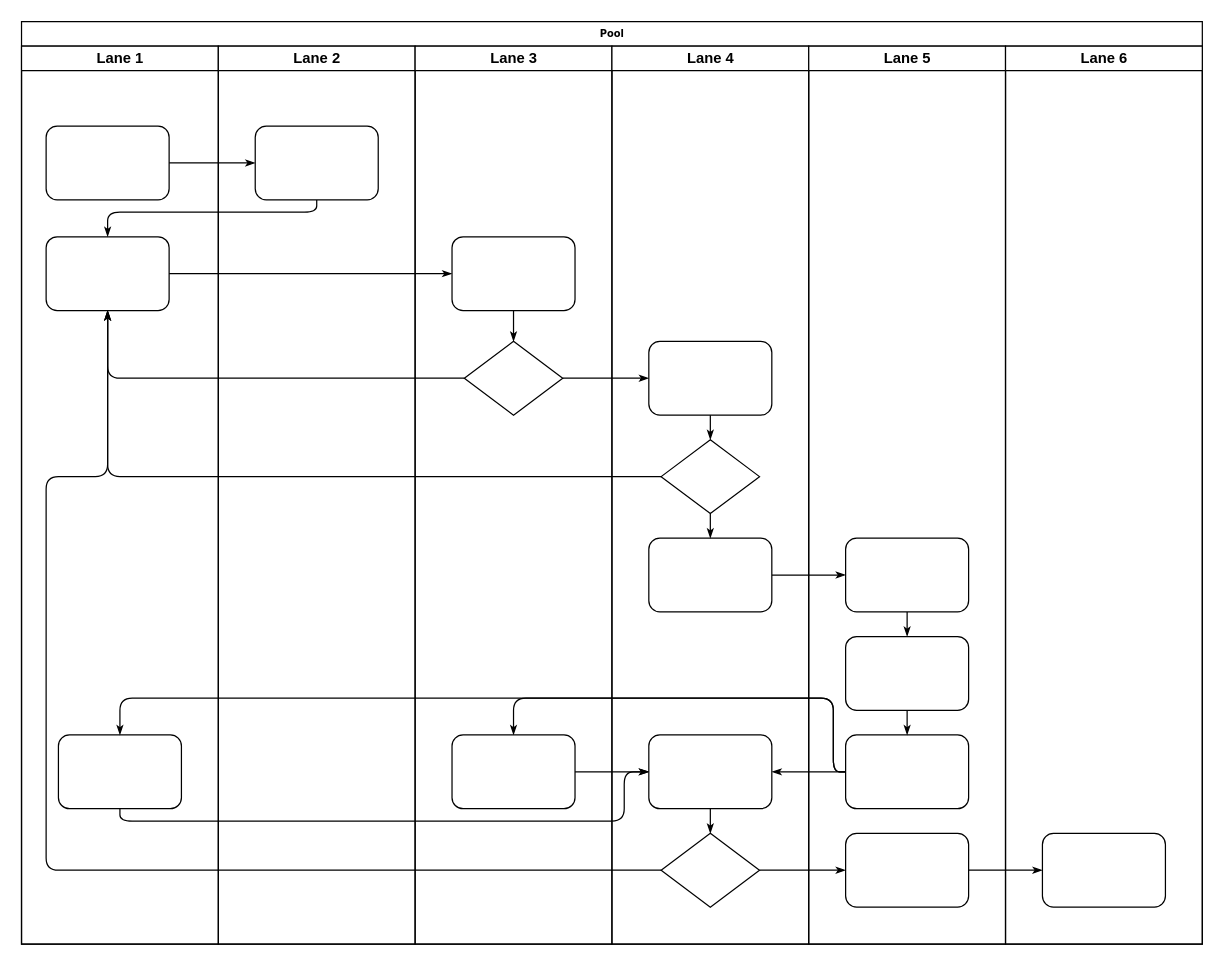
Earlier version of the draw.io diagram 核心侧依赖流程图.drawio (aljg1999/flowchart). Source tidied: cells renumbered, new cells numbered last; positions are measured from the earlier drawing's top-left corner, leaving out a move shared by most shapes. Both pictures are drawn from the tidied source at 123%, with x=0, y=0 at pixel (21, 21).
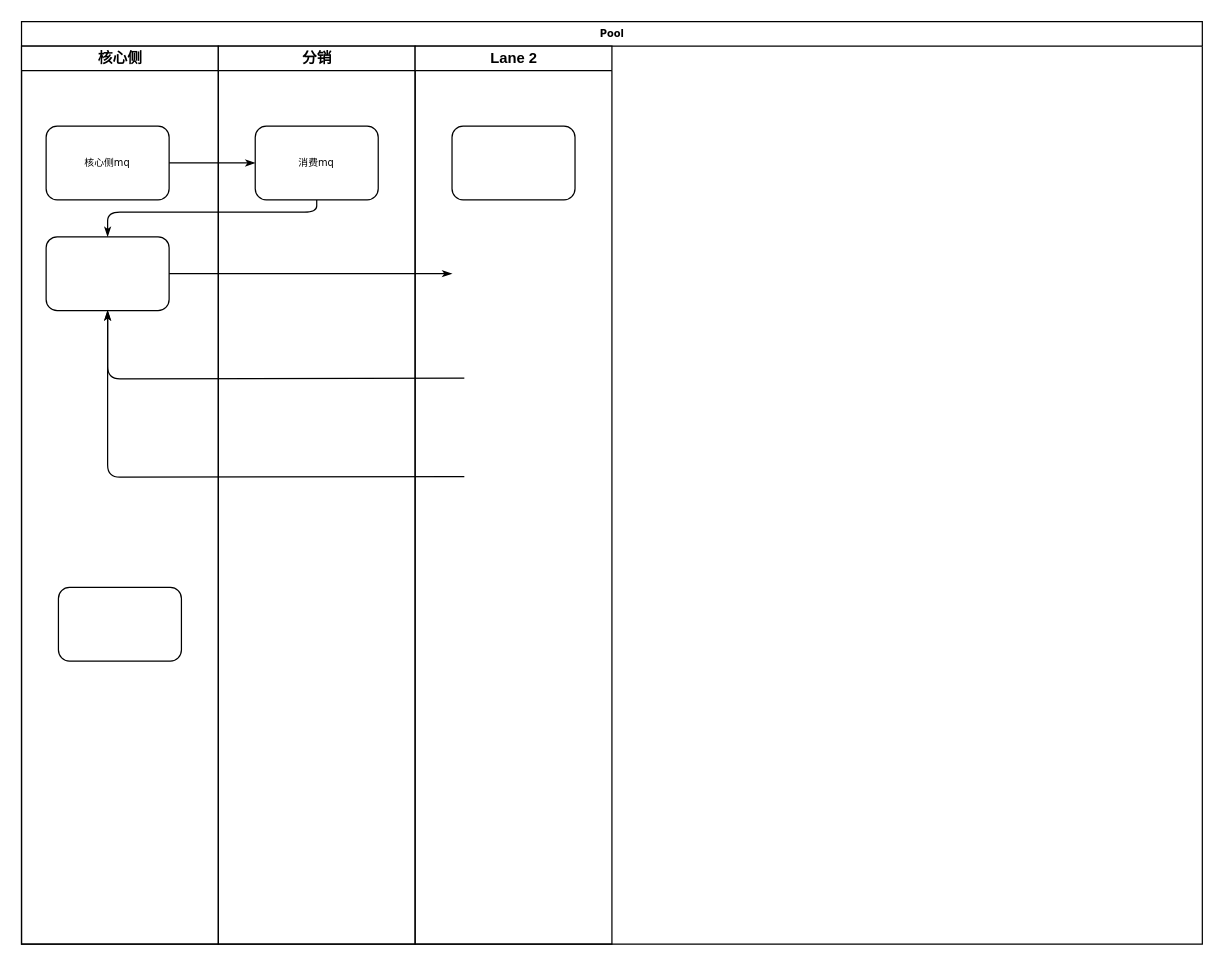
The same diagram, later.

Commit message (it also covers changes not shown here):
Update 核心侧依赖流程图.drawio

Unchanged cells that the change refers to:
```xml
<mxCell id="2" value="Pool" style="swimlane;html=1;startSize=20;rounded=0;shadow=0;labelBackgroundColor=none;strokeWidth=1;fontFamily=Verdana;fontSize=8;align=center;" parent="1" vertex="1">
  <mxGeometry width="960" height="750" as="geometry" />
</mxCell>
<mxCell id="5" style="rounded=1;whiteSpace=wrap;html=1;shadow=0;labelBackgroundColor=none;strokeWidth=1;fontFamily=Verdana;fontSize=8;align=center;" parent="3" vertex="1">
  <mxGeometry x="20" y="155" width="100" height="60" as="geometry" />
</mxCell>
```

Diff of the diagram source:
```diff
@@
-    <mxCell id="3" value="Lane 1" style="swimlane;html=1;startSize=20;" parent="2" vertex="1">
+    <mxCell id="3" value="核心侧" style="swimlane;html=1;startSize=20;" parent="2" vertex="1">
       <mxGeometry y="20" width="160" height="730" as="geometry" />
     </mxCell>
-    <mxCell id="4" style="rounded=1;whiteSpace=wrap;html=1;shadow=0;labelBackgroundColor=none;strokeWidth=1;fontFamily=Verdana;fontSize=8;align=center;" parent="3" vertex="1">
+    <mxCell id="4" value="核心侧mq" style="rounded=1;whiteSpace=wrap;html=1;shadow=0;labelBackgroundColor=none;strokeWidth=1;fontFamily=Verdana;fontSize=8;align=center;" parent="3" vertex="1">
       <mxGeometry x="20" y="65" width="100" height="60" as="geometry" />
     </mxCell>
@@
     <mxCell id="6" style="rounded=1;whiteSpace=wrap;html=1;shadow=0;labelBackgroundColor=none;strokeWidth=1;fontFamily=Verdana;fontSize=8;align=center;" parent="3" vertex="1">
-      <mxGeometry x="30" y="560" width="100" height="60" as="geometry" />
+      <mxGeometry x="30" y="440" width="100" height="60" as="geometry" />
     </mxCell>
@@
-    <mxCell id="9" style="edgeStyle=orthogonalEdgeStyle;rounded=1;html=1;labelBackgroundColor=none;startArrow=none;startFill=0;startSize=5;endArrow=classicThin;endFill=1;endSize=5;jettySize=auto;strokeWidth=1;fontFamily=Verdana;fontSize=8;" parent="2" edge="1" source="5" target="25">
-      <mxGeometry relative="1" as="geometry" />
+    <mxCell id="9" style="edgeStyle=orthogonalEdgeStyle;rounded=1;html=1;labelBackgroundColor=none;startArrow=none;startFill=0;startSize=5;endArrow=classicThin;endFill=1;endSize=5;jettySize=auto;strokeWidth=1;fontFamily=Verdana;fontSize=8;" parent="2" edge="1" source="5">
+      <mxGeometry relative="1" as="geometry">
+        <mxPoint x="350" y="205" as="targetPoint" />
+      </mxGeometry>
     </mxCell>
-    <mxCell id="10" style="edgeStyle=orthogonalEdgeStyle;rounded=1;html=1;labelBackgroundColor=none;startArrow=none;startFill=0;startSize=5;endArrow=classicThin;endFill=1;endSize=5;jettySize=auto;strokeWidth=1;fontFamily=Verdana;fontSize=8;" parent="2" edge="1" source="26" target="5">
-      <mxGeometry relative="1" as="geometry" />
+    <mxCell id="10" style="edgeStyle=orthogonalEdgeStyle;rounded=1;html=1;labelBackgroundColor=none;startArrow=none;startFill=0;startSize=5;endArrow=classicThin;endFill=1;endSize=5;jettySize=auto;strokeWidth=1;fontFamily=Verdana;fontSize=8;" parent="2" edge="1" target="5">
+      <mxGeometry relative="1" as="geometry">
+        <mxPoint x="360" y="290" as="sourcePoint" />
+      </mxGeometry>
     </mxCell>
-    <mxCell id="11" style="edgeStyle=orthogonalEdgeStyle;rounded=1;html=1;labelBackgroundColor=none;startArrow=none;startFill=0;startSize=5;endArrow=classicThin;endFill=1;endSize=5;jettySize=auto;strokeWidth=1;fontFamily=Verdana;fontSize=8;" parent="2" edge="1" source="31" target="5">
-      <mxGeometry relative="1" as="geometry" />
+    <mxCell id="11" style="edgeStyle=orthogonalEdgeStyle;rounded=1;html=1;labelBackgroundColor=none;startArrow=none;startFill=0;startSize=5;endArrow=classicThin;endFill=1;endSize=5;jettySize=auto;strokeWidth=1;fontFamily=Verdana;fontSize=8;" parent="2" edge="1" target="5">
+      <mxGeometry relative="1" as="geometry">
+        <mxPoint x="360" y="370" as="sourcePoint" />
+      </mxGeometry>
     </mxCell>
-    <mxCell id="12" style="edgeStyle=orthogonalEdgeStyle;rounded=1;html=1;labelBackgroundColor=none;startArrow=none;startFill=0;startSize=5;endArrow=classicThin;endFill=1;endSize=5;jettySize=auto;strokeWidth=1;fontFamily=Verdana;fontSize=8;" parent="2" edge="1" source="34" target="5">
-      <mxGeometry relative="1" as="geometry">
-        <Array as="points">
-          <mxPoint x="20" y="690" />
-          <mxPoint x="20" y="370" />
-          <mxPoint x="70" y="370" />
-        </Array>
-      </mxGeometry>
-    </mxCell>
-    <mxCell id="13" style="edgeStyle=orthogonalEdgeStyle;rounded=1;html=1;labelBackgroundColor=none;startArrow=none;startFill=0;startSize=5;endArrow=classicThin;endFill=1;endSize=5;jettySize=auto;strokeWidth=1;fontFamily=Verdana;fontSize=8;" parent="2" edge="1" source="26" target="30">
-      <mxGeometry relative="1" as="geometry" />
-    </mxCell>
-    <mxCell id="14" style="edgeStyle=orthogonalEdgeStyle;rounded=1;html=1;labelBackgroundColor=none;startArrow=none;startFill=0;startSize=5;endArrow=classicThin;endFill=1;endSize=5;jettySize=auto;strokeWidth=1;fontFamily=Verdana;fontSize=8;" parent="2" edge="1" source="34" target="42">
-      <mxGeometry relative="1" as="geometry" />
-    </mxCell>
-    <mxCell id="15" style="edgeStyle=orthogonalEdgeStyle;rounded=1;html=1;labelBackgroundColor=none;startArrow=none;startFill=0;startSize=5;endArrow=classicThin;endFill=1;endSize=5;jettySize=auto;strokeWidth=1;fontFamily=Verdana;fontSize=8;" parent="2" edge="1" source="42" target="46">
-      <mxGeometry relative="1" as="geometry" />
-    </mxCell>
-    <mxCell id="16" style="edgeStyle=orthogonalEdgeStyle;rounded=1;html=1;labelBackgroundColor=none;startArrow=none;startFill=0;startSize=5;endArrow=classicThin;endFill=1;endSize=5;jettySize=auto;strokeWidth=1;fontFamily=Verdana;fontSize=8;" parent="2" edge="1" source="32" target="39">
-      <mxGeometry relative="1" as="geometry" />
-    </mxCell>
-    <mxCell id="17" style="edgeStyle=orthogonalEdgeStyle;rounded=1;html=1;labelBackgroundColor=none;startArrow=none;startFill=0;startSize=5;endArrow=classicThin;endFill=1;endSize=5;jettySize=auto;strokeWidth=1;fontFamily=Verdana;fontSize=8;" parent="2" edge="1" source="41" target="27">
-      <mxGeometry relative="1" as="geometry">
-        <Array as="points">
-          <mxPoint x="660" y="610" />
-          <mxPoint x="660" y="550" />
-          <mxPoint x="400" y="550" />
-        </Array>
-      </mxGeometry>
-    </mxCell>
-    <mxCell id="18" style="edgeStyle=orthogonalEdgeStyle;rounded=1;html=1;labelBackgroundColor=none;startArrow=none;startFill=0;startSize=5;endArrow=classicThin;endFill=1;endSize=5;jettySize=auto;strokeColor=#000000;strokeWidth=1;fontFamily=Verdana;fontSize=8;fontColor=#000000;" parent="2" edge="1" source="41" target="33">
-      <mxGeometry relative="1" as="geometry" />
-    </mxCell>
-    <mxCell id="19" style="edgeStyle=orthogonalEdgeStyle;rounded=1;html=1;labelBackgroundColor=none;startArrow=none;startFill=0;startSize=5;endArrow=classicThin;endFill=1;endSize=5;jettySize=auto;strokeWidth=1;fontFamily=Verdana;fontSize=8;" parent="2" edge="1" source="41" target="6">
-      <mxGeometry relative="1" as="geometry">
-        <Array as="points">
-          <mxPoint x="660" y="610" />
-          <mxPoint x="660" y="550" />
-          <mxPoint x="80" y="550" />
-        </Array>
-      </mxGeometry>
-    </mxCell>
-    <mxCell id="20" style="edgeStyle=orthogonalEdgeStyle;rounded=1;html=1;labelBackgroundColor=none;startArrow=none;startFill=0;startSize=5;endArrow=classicThin;endFill=1;endSize=5;jettySize=auto;strokeWidth=1;fontFamily=Verdana;fontSize=8;" parent="2" edge="1" source="6" target="33">
-      <mxGeometry relative="1" as="geometry">
-        <Array as="points">
-          <mxPoint x="80" y="650" />
-          <mxPoint x="490" y="650" />
-          <mxPoint x="490" y="610" />
-        </Array>
-      </mxGeometry>
-    </mxCell>
-    <mxCell id="21" style="edgeStyle=orthogonalEdgeStyle;rounded=1;html=1;labelBackgroundColor=none;startArrow=none;startFill=0;startSize=5;endArrow=classicThin;endFill=1;endSize=5;jettySize=auto;strokeWidth=1;fontFamily=Verdana;fontSize=8;" parent="2" edge="1" source="27" target="33">
-      <mxGeometry relative="1" as="geometry" />
-    </mxCell>
-    <mxCell id="22" value="Lane 2" style="swimlane;html=1;startSize=20;" parent="2" vertex="1">
+    <mxCell id="22" value="分销" style="swimlane;html=1;startSize=20;" parent="2" vertex="1">
       <mxGeometry x="160" y="20" width="160" height="730" as="geometry" />
     </mxCell>
-    <mxCell id="23" style="rounded=1;whiteSpace=wrap;html=1;shadow=0;labelBackgroundColor=none;strokeWidth=1;fontFamily=Verdana;fontSize=8;align=center;" parent="22" vertex="1">
+    <mxCell id="23" value="消费mq" style="rounded=1;whiteSpace=wrap;html=1;shadow=0;labelBackgroundColor=none;strokeWidth=1;fontFamily=Verdana;fontSize=8;align=center;" parent="22" vertex="1">
       <mxGeometry x="30" y="65" width="100" height="60" as="geometry" />
     </mxCell>
-    <mxCell id="24" value="Lane 3" style="swimlane;html=1;startSize=20;" parent="2" vertex="1">
-      <mxGeometry x="320" y="20" width="160" height="730" as="geometry" />
-    </mxCell>
-    <mxCell id="25" style="rounded=1;whiteSpace=wrap;html=1;shadow=0;labelBackgroundColor=none;strokeWidth=1;fontFamily=Verdana;fontSize=8;align=center;" parent="24" vertex="1">
-      <mxGeometry x="30" y="155" width="100" height="60" as="geometry" />
-    </mxCell>
-    <mxCell id="26" style="rhombus;whiteSpace=wrap;html=1;rounded=0;shadow=0;labelBackgroundColor=none;strokeWidth=1;fontFamily=Verdana;fontSize=8;align=center;" parent="24" vertex="1">
-      <mxGeometry x="40" y="240" width="80" height="60" as="geometry" />
-    </mxCell>
-    <mxCell id="27" style="rounded=1;whiteSpace=wrap;html=1;shadow=0;labelBackgroundColor=none;strokeWidth=1;fontFamily=Verdana;fontSize=8;align=center;" parent="24" vertex="1">
-      <mxGeometry x="30" y="560" width="100" height="60" as="geometry" />
-    </mxCell>
-    <mxCell id="28" style="edgeStyle=orthogonalEdgeStyle;rounded=1;html=1;labelBackgroundColor=none;startArrow=none;startFill=0;startSize=5;endArrow=classicThin;endFill=1;endSize=5;jettySize=auto;strokeWidth=1;fontFamily=Verdana;fontSize=8;" parent="24" edge="1" source="25" target="26">
-      <mxGeometry relative="1" as="geometry" />
-    </mxCell>
-    <mxCell id="29" value="Lane 4" style="swimlane;html=1;startSize=20;" parent="2" vertex="1">
-      <mxGeometry x="480" y="20" width="160" height="730" as="geometry" />
-    </mxCell>
-    <mxCell id="30" style="rounded=1;whiteSpace=wrap;html=1;shadow=0;labelBackgroundColor=none;strokeWidth=1;fontFamily=Verdana;fontSize=8;align=center;" parent="29" vertex="1">
-      <mxGeometry x="30" y="240" width="100" height="60" as="geometry" />
-    </mxCell>
-    <mxCell id="31" style="rhombus;whiteSpace=wrap;html=1;rounded=0;shadow=0;labelBackgroundColor=none;strokeWidth=1;fontFamily=Verdana;fontSize=8;align=center;" parent="29" vertex="1">
-      <mxGeometry x="40" y="320" width="80" height="60" as="geometry" />
-    </mxCell>
-    <mxCell id="32" style="rounded=1;whiteSpace=wrap;html=1;shadow=0;labelBackgroundColor=none;strokeWidth=1;fontFamily=Verdana;fontSize=8;align=center;" parent="29" vertex="1">
-      <mxGeometry x="30" y="400" width="100" height="60" as="geometry" />
-    </mxCell>
-    <mxCell id="33" style="rounded=1;whiteSpace=wrap;html=1;shadow=0;labelBackgroundColor=none;strokeWidth=1;fontFamily=Verdana;fontSize=8;align=center;" parent="29" vertex="1">
-      <mxGeometry x="30" y="560" width="100" height="60" as="geometry" />
-    </mxCell>
-    <mxCell id="34" style="rhombus;whiteSpace=wrap;html=1;rounded=0;shadow=0;labelBackgroundColor=none;strokeWidth=1;fontFamily=Verdana;fontSize=8;align=center;" parent="29" vertex="1">
-      <mxGeometry x="40" y="640" width="80" height="60" as="geometry" />
-    </mxCell>
-    <mxCell id="35" style="edgeStyle=orthogonalEdgeStyle;rounded=1;html=1;labelBackgroundColor=none;startArrow=none;startFill=0;startSize=5;endArrow=classicThin;endFill=1;endSize=5;jettySize=auto;strokeColor=#000000;strokeWidth=1;fontFamily=Verdana;fontSize=8;fontColor=#000000;" parent="29" edge="1" source="30" target="31">
-      <mxGeometry relative="1" as="geometry" />
-    </mxCell>
-    <mxCell id="36" style="edgeStyle=orthogonalEdgeStyle;rounded=1;html=1;labelBackgroundColor=none;startArrow=none;startFill=0;startSize=5;endArrow=classicThin;endFill=1;endSize=5;jettySize=auto;strokeWidth=1;fontFamily=Verdana;fontSize=8;" parent="29" edge="1" source="31" target="32">
-      <mxGeometry relative="1" as="geometry" />
-    </mxCell>
-    <mxCell id="37" style="edgeStyle=orthogonalEdgeStyle;rounded=1;html=1;labelBackgroundColor=none;startArrow=none;startFill=0;startSize=5;endArrow=classicThin;endFill=1;endSize=5;jettySize=auto;strokeWidth=1;fontFamily=Verdana;fontSize=8;" parent="29" edge="1" source="33" target="34">
-      <mxGeometry relative="1" as="geometry" />
-    </mxCell>
-    <mxCell id="38" value="Lane 5" style="swimlane;html=1;startSize=20;" parent="2" vertex="1">
-      <mxGeometry x="640" y="20" width="160" height="730" as="geometry" />
-    </mxCell>
-    <mxCell id="39" style="rounded=1;whiteSpace=wrap;html=1;shadow=0;labelBackgroundColor=none;strokeWidth=1;fontFamily=Verdana;fontSize=8;align=center;" parent="38" vertex="1">
-      <mxGeometry x="30" y="400" width="100" height="60" as="geometry" />
-    </mxCell>
-    <mxCell id="40" style="rounded=1;whiteSpace=wrap;html=1;shadow=0;labelBackgroundColor=none;strokeWidth=1;fontFamily=Verdana;fontSize=8;align=center;" parent="38" vertex="1">
-      <mxGeometry x="30" y="480" width="100" height="60" as="geometry" />
-    </mxCell>
-    <mxCell id="41" style="rounded=1;whiteSpace=wrap;html=1;shadow=0;labelBackgroundColor=none;strokeWidth=1;fontFamily=Verdana;fontSize=8;align=center;" parent="38" vertex="1">
-      <mxGeometry x="30" y="560" width="100" height="60" as="geometry" />
-    </mxCell>
-    <mxCell id="42" style="rounded=1;whiteSpace=wrap;html=1;shadow=0;labelBackgroundColor=none;strokeWidth=1;fontFamily=Verdana;fontSize=8;align=center;" parent="38" vertex="1">
-      <mxGeometry x="30" y="640" width="100" height="60" as="geometry" />
-    </mxCell>
-    <mxCell id="43" style="edgeStyle=orthogonalEdgeStyle;rounded=1;html=1;labelBackgroundColor=none;startArrow=none;startFill=0;startSize=5;endArrow=classicThin;endFill=1;endSize=5;jettySize=auto;strokeWidth=1;fontFamily=Verdana;fontSize=8;" parent="38" edge="1" source="39" target="40">
-      <mxGeometry relative="1" as="geometry" />
-    </mxCell>
-    <mxCell id="44" style="edgeStyle=orthogonalEdgeStyle;rounded=1;html=1;labelBackgroundColor=none;startArrow=none;startFill=0;startSize=5;endArrow=classicThin;endFill=1;endSize=5;jettySize=auto;strokeWidth=1;fontFamily=Verdana;fontSize=8;" parent="38" edge="1" source="40" target="41">
-      <mxGeometry relative="1" as="geometry" />
-    </mxCell>
-    <mxCell id="45" value="Lane 6" style="swimlane;html=1;startSize=20;" parent="2" vertex="1">
-      <mxGeometry x="800" y="20" width="160" height="730" as="geometry" />
-    </mxCell>
-    <mxCell id="46" style="rounded=1;whiteSpace=wrap;html=1;shadow=0;labelBackgroundColor=none;strokeWidth=1;fontFamily=Verdana;fontSize=8;align=center;" parent="45" vertex="1">
-      <mxGeometry x="30" y="640" width="100" height="60" as="geometry" />
-    </mxCell>
+    <mxCell id="47" value="Lane 2" style="swimlane;html=1;startSize=20;" parent="2" vertex="1">
+      <mxGeometry x="320" y="20" width="160" height="730" as="geometry" />
+    </mxCell>
+    <mxCell id="48" style="rounded=1;whiteSpace=wrap;html=1;shadow=0;labelBackgroundColor=none;strokeWidth=1;fontFamily=Verdana;fontSize=8;align=center;" parent="47" vertex="1">
+      <mxGeometry x="30" y="65" width="100" height="60" as="geometry" />
+    </mxCell>
```
